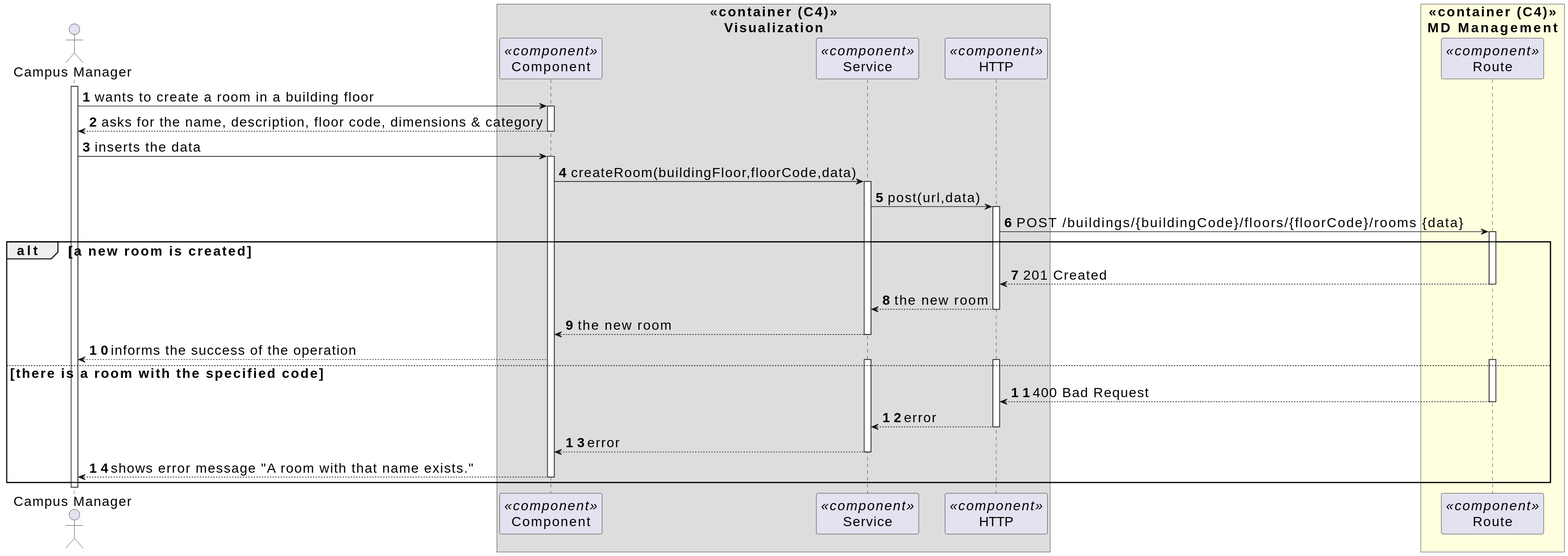
Above: _wiki/sprint-b/us48-1210/views/level-3/assets/process-view.svg in miseEnPlace-dev/lapr5 (PlantUML), before the change.
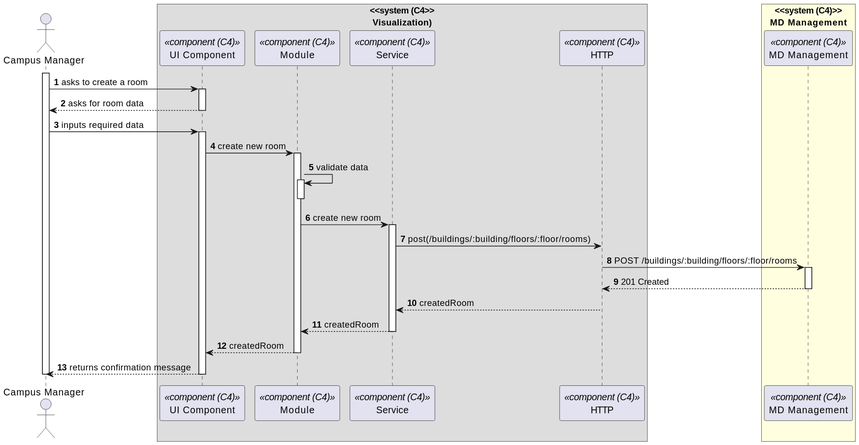
The same diagram one commit later.

The edit, as a diff of the source:
```diff
@@ -1,68 +1,56 @@
-@startuml
-skinparamlocked defaultFontSize 20
+@startuml process-view
 autonumber
 skinparam DefaultTextAlignment<<center>> center
 
 actor CM as "Campus Manager"
-
-box "«container (C4)»\nVisualization" <<center>>
-  participant C as "Component" <<component>>
-  participant SVC as "Service" <<component>>
-  participant H as "HTTP" <<component>>
+box "<<system (C4>>\nVisualization)"<<center>>
+  participant CMP as "UI Component" <<component (C4)>>
+  participant MOD as "Module" <<component (C4)>>
+  participant SRV as "Service" <<component (C4)>>
+  participant HTTP as "HTTP" <<component (C4)>>
 end box
 
-box "«container (C4)»\n MD Management " <<center>>#LightYellow
-  participant ROUTE as "Route" <<component>>
+box "<<system (C4)>>\nMD Management" <<center>>#LightYellow
+  participant MDM as "MD Management" <<component (C4)>>
 end box
 
 activate CM
 
-CM -> C : wants to create a room in a building floor
-activate C
+CM -> CMP : asks to create a room
+activate CMP
 
-CM <-- C : asks for the name, description, floor code, dimensions & category
-deactivate C
+CM <-- CMP : asks for room data
+deactivate CMP
 
-CM -> C : inserts the data
-activate C
+CM -> CMP : inputs required data
+activate CMP
 
-C -> SVC : createRoom(buildingFloor,floorCode,data)
-activate SVC
+CMP -> MOD : create new room
+activate MOD
+MOD -> MOD : validate data
+activate MOD
+deactivate MOD
 
-SVC -> H : post(url,data)
-activate H
+MOD -> SRV : create new room
+activate SRV
+SRV -> HTTP : post(/buildings/:building/floors/:floor/rooms)
 
-H -> ROUTE : POST /buildings/{buildingCode}/floors/{floorCode}/rooms {data}
-activate ROUTE
+HTTP -> MDM : POST /buildings/:building/floors/:floor/rooms
+activate MDM
+MDM --> HTTP : 201 Created
+deactivate MDM
 
-alt a new room is created
-  H <-- ROUTE : 201 Created
-  deactivate ROUTE
+HTTP --> SRV : createdRoom
+deactivate HTTP
 
-  SVC <-- H : the new room
-  deactivate H
+SRV --> MOD : createdRoom
+deactivate SRV
+MOD --> CMP : createdRoom
+deactivate MOD
 
-  C <-- SVC : the new room
-  deactivate SVC
-
-  CM <-- C : informs the success of the operation
-else there is a room with the specified code
-  activate H
-  activate SVC
-  activate ROUTE
-
-  H <-- ROUTE : 400 Bad Request
-  deactivate ROUTE
-
-  SVC <-- H : error
-  deactivate H
-
-  C <-- SVC : error
-  deactivate SVC
-
-  CM <-- C : shows error message "A room with that name exists."
-  deactivate C
-end
+CM <-- CMP : returns confirmation message
+deactivate CMP
 
 deactivate CM
+
 @enduml
```
